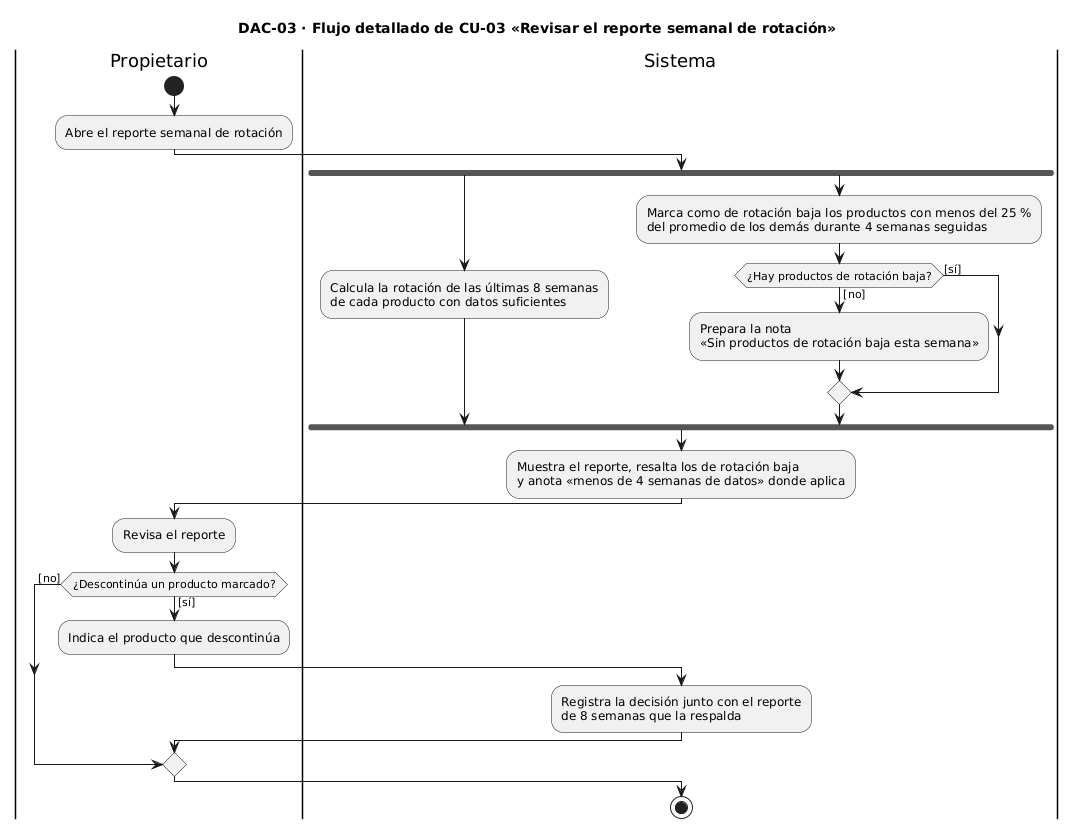
Above: 12-procesos-actividades/diagramas/dac-03-reporte-cu03.png in JuanLeon-UPTC/Proyecto_Grupo_04 (PlantUML), before the change.
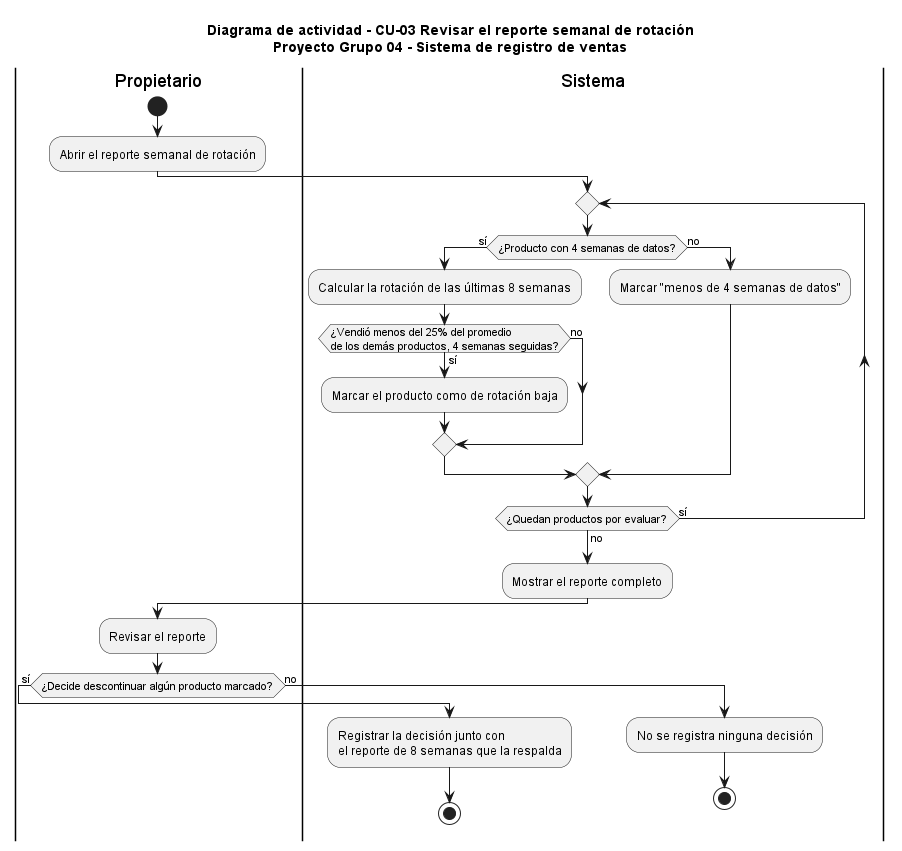
After the change.

Commit message:
U5 S2: corrige dac-03 (falso paralelismo)

What changed in the source:
```diff
@@ -1,26 +1,33 @@
-@startuml
-title DAC-03 · Flujo detallado de CU-03 «Revisar el reporte semanal de rotación»
+@startuml dac-03-reporte-cu03
+title Diagrama de actividad - CU-03 Revisar el reporte semanal de rotación\nProyecto Grupo 04 - Sistema de registro de ventas
+
 |Propietario|
 start
-:Abre el reporte semanal de rotación;
+:Abrir el reporte semanal de rotación;
+
 |Sistema|
-fork
-  :Calcula la rotación de las últimas 8 semanas\nde cada producto con datos suficientes;
-fork again
-  :Marca como de rotación baja los productos con menos del 25 %\ndel promedio de los demás durante 4 semanas seguidas;
-  if (¿Hay productos de rotación baja?) then ([no])
-    :Prepara la nota\n«Sin productos de rotación baja esta semana»;
-  else ([sí])
+repeat
+  if (¿Producto con 4 semanas de datos?) then (sí)
+    :Calcular la rotación de las últimas 8 semanas;
+    if (¿Vendió menos del 25% del promedio\nde los demás productos, 4 semanas seguidas?) then (sí)
+      :Marcar el producto como de rotación baja;
+    else (no)
+    endif
+  else (no)
+    :Marcar "menos de 4 semanas de datos";
   endif
-end fork
-:Muestra el reporte, resalta los de rotación baja\ny anota «menos de 4 semanas de datos» donde aplica;
+repeat while (¿Quedan productos por evaluar?) is (sí) not (no)
+:Mostrar el reporte completo;
+
 |Propietario|
-:Revisa el reporte;
-if (¿Descontinúa un producto marcado?) then ([sí])
-  :Indica el producto que descontinúa;
+:Revisar el reporte;
+if (¿Decide descontinuar algún producto marcado?) then (sí)
   |Sistema|
-  :Registra la decisión junto con el reporte\nde 8 semanas que la respalda;
-else ([no])
+  :Registrar la decisión junto con\nel reporte de 8 semanas que la respalda;
+  stop
+else (no)
+  :No se registra ninguna decisión;
+  stop
 endif
-stop
+
 @enduml
```
